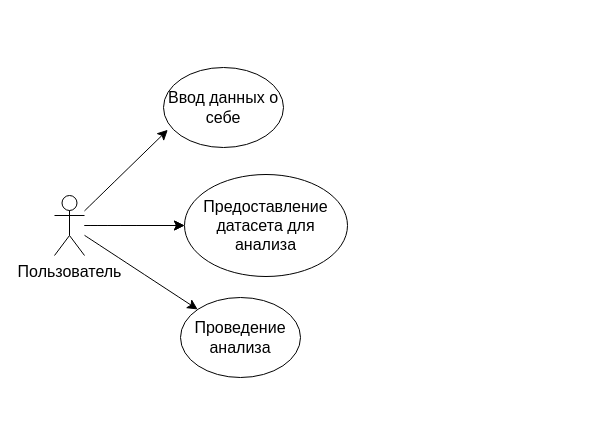
Before: Lab3.drawio in DiKachura/tppo, a draw.io diagram. Source tidied: cells renumbered, new cells numbered last; positions are measured from the earlier drawing's top-left corner, leaving out a move shared by most shapes. Both pictures are drawn from the tidied source at 100%, with x=0, y=0 at pixel (54, 67).
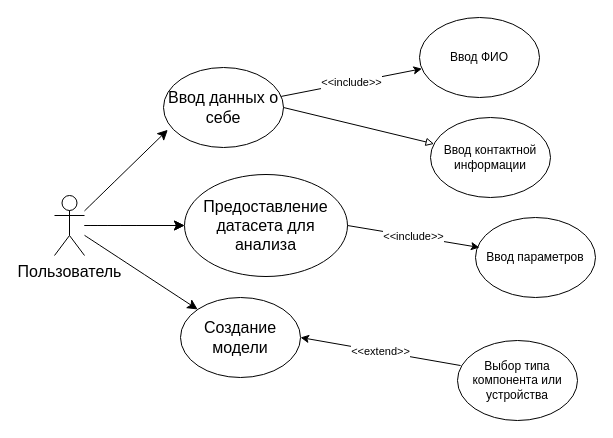
The same page after the edit.

What changed in the source:
```diff
@@
 <mxGraphModel>
   <root>
     <mxCell id="0" />
     <mxCell id="1" parent="0" />
     <mxCell id="2" style="edgeStyle=none;curved=1;rounded=0;jettySize=auto;html=1;fontSize=12;startSize=8;endSize=8;" parent="1" edge="1" source="6">
       <mxGeometry relative="1" as="geometry">
         <mxPoint x="113.3" y="62.3" as="targetPoint" />
       </mxGeometry>
     </mxCell>
     <mxCell id="3" style="edgeStyle=none;curved=1;rounded=0;jettySize=auto;html=1;fontSize=12;startSize=8;endSize=8;entryX=0;entryY=0.5;entryDx=0;entryDy=0;" parent="1" edge="1" source="6" target="8">
       <mxGeometry relative="1" as="geometry" />
     </mxCell>
     <mxCell id="4" style="edgeStyle=none;curved=1;rounded=0;jettySize=auto;html=1;fontSize=12;startSize=8;endSize=8;" parent="1" edge="1" source="6" target="8">
       <mxGeometry relative="1" as="geometry" />
     </mxCell>
     <mxCell id="5" style="edgeStyle=none;curved=1;rounded=0;jettySize=auto;html=1;fontSize=12;startSize=8;endSize=8;" parent="1" edge="1" source="6" target="9">
       <mxGeometry relative="1" as="geometry" />
     </mxCell>
     <mxCell id="6" value="Пользователь" style="shape=umlActor;verticalLabelPosition=bottom;verticalAlign=top;html=1;outlineConnect=0;fontSize=16;" parent="1" vertex="1">
       <mxGeometry y="128" width="30" height="60" as="geometry" />
     </mxCell>
     <mxCell id="7" value="Ввод данных о себе" style="ellipse;whiteSpace=wrap;html=1;fontSize=16;" parent="1" vertex="1">
       <mxGeometry x="109" width="120" height="80" as="geometry" />
     </mxCell>
     <mxCell id="8" value="Предоставление датасета для анализа" style="ellipse;whiteSpace=wrap;html=1;fontSize=16;" parent="1" vertex="1">
       <mxGeometry x="130" y="107" width="163" height="102" as="geometry" />
     </mxCell>
-    <mxCell id="9" value="Проведение анализа" style="ellipse;whiteSpace=wrap;html=1;fontSize=16;" parent="1" vertex="1">
+    <mxCell id="9" value="Создание модели" style="ellipse;whiteSpace=wrap;html=1;fontSize=16;" parent="1" vertex="1">
       <mxGeometry x="126" y="230" width="120" height="80" as="geometry" />
     </mxCell>
+    <mxCell id="10" value="Ввод ФИО" style="ellipse;whiteSpace=wrap;html=1;" parent="1" vertex="1">
+      <mxGeometry x="365" y="-50" width="120" height="80" as="geometry" />
+    </mxCell>
+    <mxCell id="11" value="&amp;lt;&amp;lt;include&amp;gt;&amp;gt;" style="endArrow=classic;html=1;rounded=0;" parent="1" edge="1" source="7" target="10">
+      <mxGeometry relative="1" as="geometry" />
+    </mxCell>
+    <mxCell id="12" style="endArrow=block;html=1;rounded=0;exitX=1;exitY=0.5;exitDx=0;exitDy=0;endFill=0;" parent="1" edge="1" source="7" target="13">
+      <mxGeometry relative="1" as="geometry" />
+    </mxCell>
+    <mxCell id="13" value="Ввод контактной информации" style="ellipse;whiteSpace=wrap;html=1;" parent="1" vertex="1">
+      <mxGeometry x="376" y="50" width="120" height="80" as="geometry" />
+    </mxCell>
+    <mxCell id="14" value="Ввод параметров" style="ellipse;whiteSpace=wrap;html=1;" parent="1" vertex="1">
+      <mxGeometry x="421" y="150" width="120" height="80" as="geometry" />
+    </mxCell>
+    <mxCell id="15" value="&amp;lt;&amp;lt;include&amp;gt;&amp;gt;" style="endArrow=classic;html=1;rounded=0;entryX=0.033;entryY=0.375;entryDx=0;entryDy=0;entryPerimeter=0;exitX=1;exitY=0.5;exitDx=0;exitDy=0;" parent="1" edge="1" source="8" target="14">
+      <mxGeometry relative="1" as="geometry" />
+    </mxCell>
+    <mxCell id="16" value="Выбор типа компонента или устройства" style="ellipse;whiteSpace=wrap;html=1;" parent="1" vertex="1">
+      <mxGeometry x="403" y="273" width="120" height="80" as="geometry" />
+    </mxCell>
+    <mxCell id="17" value="&amp;lt;&amp;lt;extend&amp;gt;&amp;gt;" style="endArrow=classic;html=1;rounded=0;exitX=0.026;exitY=0.313;exitDx=0;exitDy=0;exitPerimeter=0;entryX=1;entryY=0.5;entryDx=0;entryDy=0;" parent="1" edge="1" source="16" target="9">
+      <mxGeometry relative="1" as="geometry" />
+    </mxCell>
   </root>
 </mxGraphModel>
```
